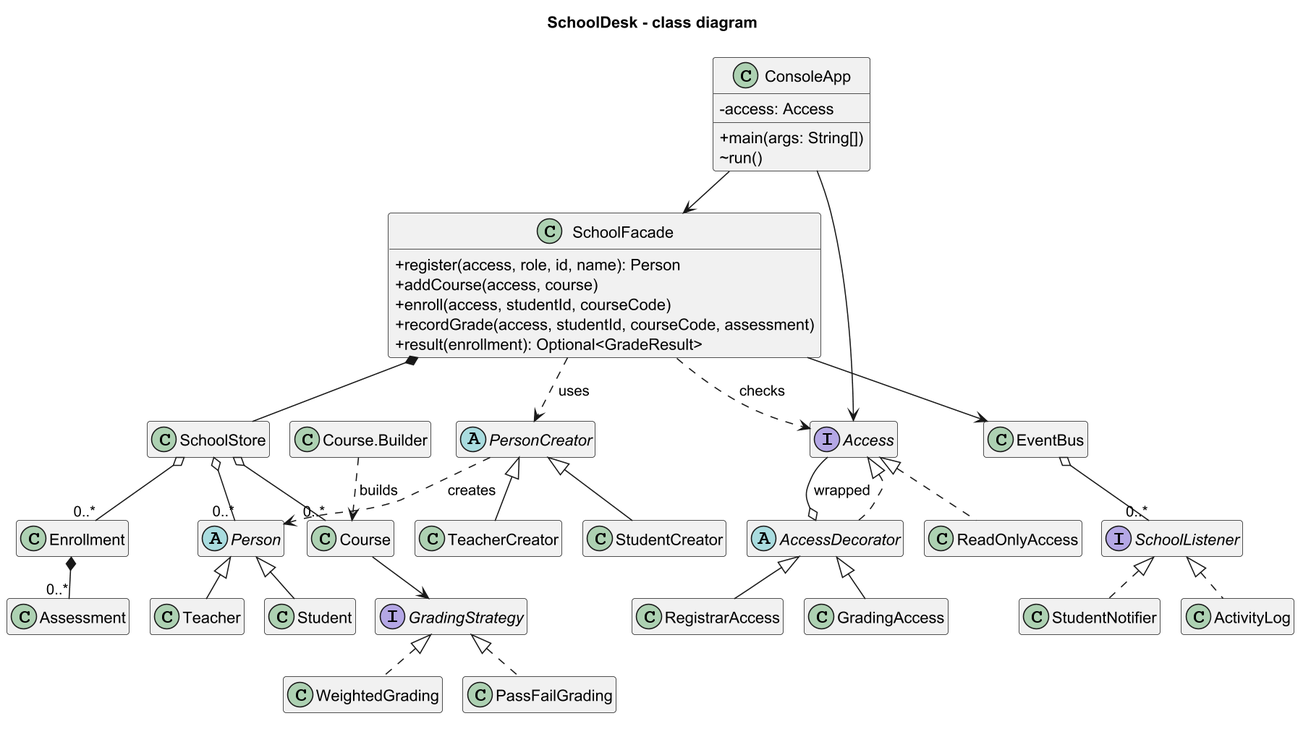
Asylstyle/school-management-system keeps this PlantUML diagram as docs/images/class-overview.png. Above is the earlier version.
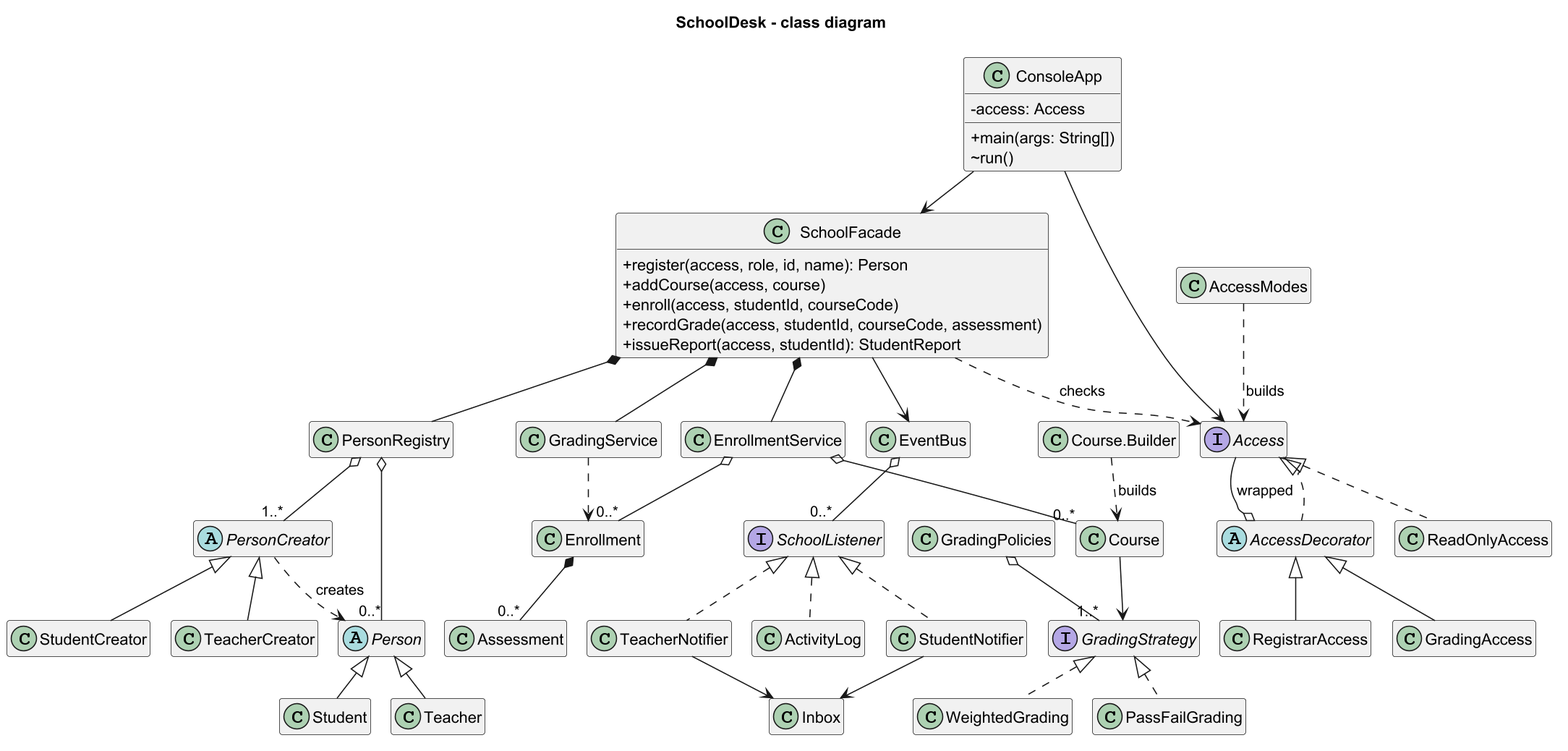
Later version of the same file.

What changed in the source:
```diff
@@ -16,13 +16,17 @@
   +addCourse(access, course)
   +enroll(access, studentId, courseCode)
   +recordGrade(access, studentId, courseCode, assessment)
-  +result(enrollment): Optional<GradeResult>
+  +issueReport(access, studentId): StudentReport
 }
-class SchoolStore
+class PersonRegistry
+class EnrollmentService
+class GradingService
 class EventBus
 interface SchoolListener
 class ActivityLog
 class StudentNotifier
+class TeacherNotifier
+class Inbox
 abstract class PersonCreator
 class StudentCreator
 class TeacherCreator
@@ -34,23 +38,31 @@
 abstract class AccessDecorator
 class RegistrarAccess
 class GradingAccess
+class AccessModes
 class Course
 class "Course.Builder" as CourseBuilder
 interface GradingStrategy
 class WeightedGrading
 class PassFailGrading
+class GradingPolicies
 class Enrollment
 class Assessment
 
 ConsoleApp --> SchoolFacade
 ConsoleApp --> Access
-SchoolFacade *-- SchoolStore
+SchoolFacade *-- PersonRegistry
+SchoolFacade *-- EnrollmentService
+SchoolFacade *-- GradingService
 SchoolFacade --> EventBus
-SchoolFacade ..> PersonCreator : uses
 SchoolFacade ..> Access : checks
+PersonRegistry o-- "1..*" PersonCreator
+PersonRegistry o-- "0..*" Person
 EventBus o-- "0..*" SchoolListener
 SchoolListener <|.. ActivityLog
 SchoolListener <|.. StudentNotifier
+SchoolListener <|.. TeacherNotifier
+StudentNotifier --> Inbox
+TeacherNotifier --> Inbox
 PersonCreator <|-- StudentCreator
 PersonCreator <|-- TeacherCreator
 Person <|-- Student
@@ -61,12 +73,14 @@
 AccessDecorator o-- Access : wrapped
 AccessDecorator <|-- RegistrarAccess
 AccessDecorator <|-- GradingAccess
+AccessModes ..> Access : builds
 CourseBuilder ..> Course : builds
 Course --> GradingStrategy
 GradingStrategy <|.. WeightedGrading
 GradingStrategy <|.. PassFailGrading
-SchoolStore o-- "0..*" Person
-SchoolStore o-- "0..*" Course
-SchoolStore o-- "0..*" Enrollment
+GradingPolicies o-- "1..*" GradingStrategy
+EnrollmentService o-- "0..*" Course
+EnrollmentService o-- "0..*" Enrollment
 Enrollment *-- "0..*" Assessment
+GradingService ..> Enrollment
 @enduml
```
